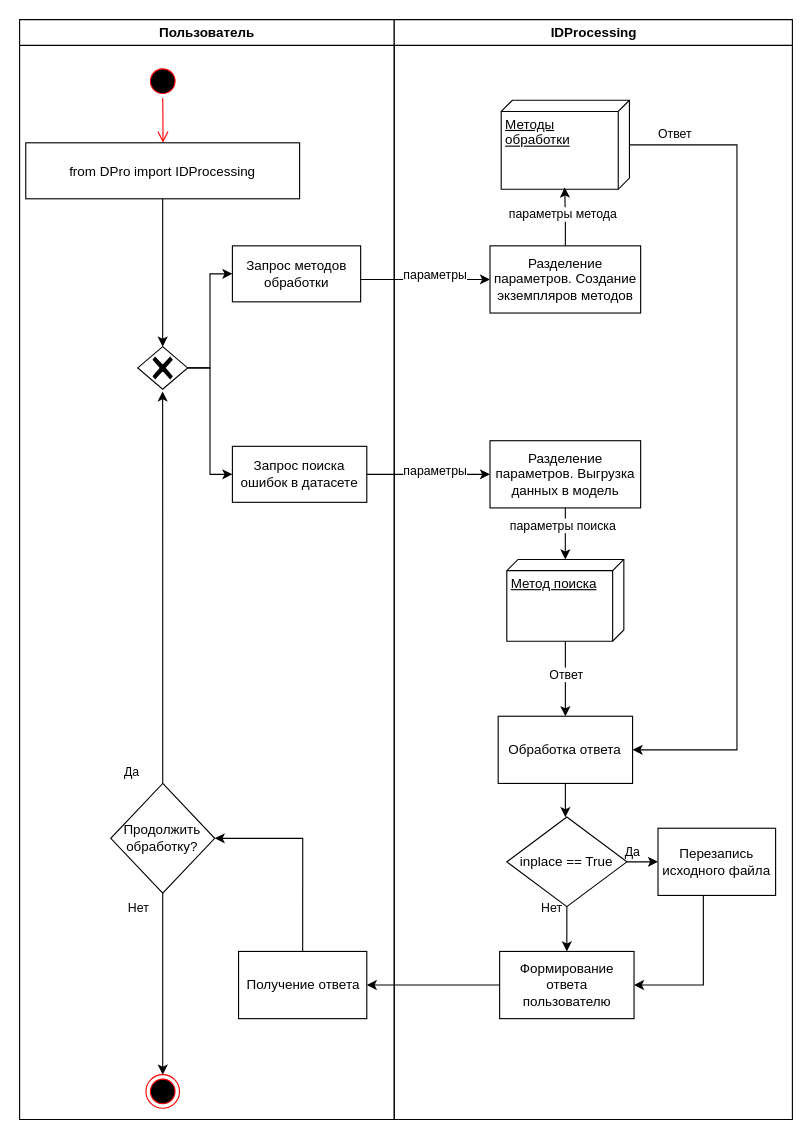
Above: Analytics/Selection Script PI.drawio in Balots/DPro (draw.io), before the change. Source tidied: cells renumbered, new cells numbered last; positions are measured from the earlier drawing's top-left corner, leaving out a move shared by most shapes. Both pictures are drawn from the tidied source at 112%, with x=0, y=0 at pixel (19, 19).
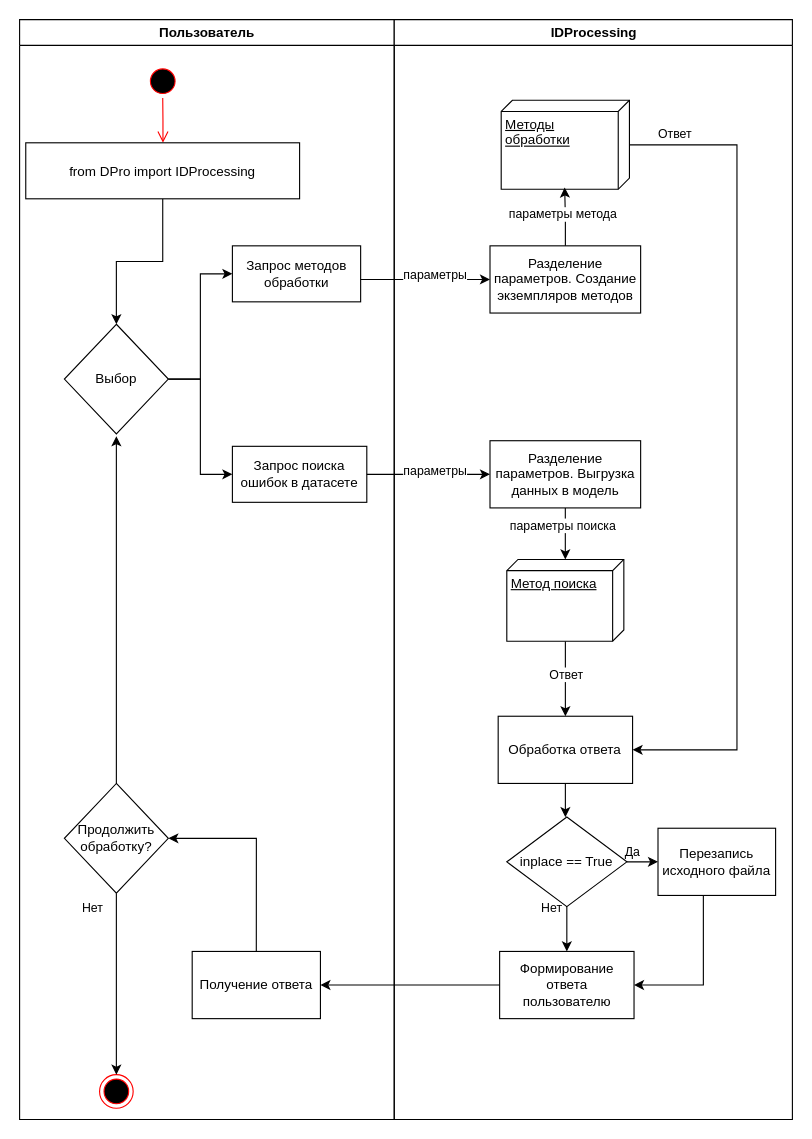
Above is the later version.

Unchanged cells that the change refers to:
```xml
<mxCell id="2" value="Пользователь" style="swimlane;whiteSpace=wrap;startSize=23;" parent="1" vertex="1">
  <mxGeometry width="334.5" height="982" as="geometry" />
</mxCell>
<mxCell id="6" value="from DPro import IDProcessing" parent="2" vertex="1">
  <mxGeometry x="5.5" y="110" width="244.5" height="50" as="geometry" />
</mxCell>
<mxCell id="7" value="Запрос поиска ошибок в датасете" style="html=1;whiteSpace=wrap;rotation=0;" parent="2" vertex="1">
  <mxGeometry x="190" y="381" width="120" height="50" as="geometry" />
</mxCell>
<mxCell id="8" value="Запрос методов обработки" style="html=1;whiteSpace=wrap;rotation=0;" parent="2" vertex="1">
  <mxGeometry x="190" y="202" width="114.5" height="50" as="geometry" />
</mxCell>
```

What changed in the source:
```diff
@@
-    <mxCell id="5" style="edgeStyle=orthogonalEdgeStyle;rounded=0;jettySize=auto;html=1;" parent="2" edge="1" source="6" target="12">
-      <mxGeometry relative="1" as="geometry" />
-    </mxCell>
+    <mxCell id="48" style="edgeStyle=orthogonalEdgeStyle;rounded=0;jettySize=auto;html=1;entryX=0.5;entryY=0;entryDx=0;entryDy=0;" parent="2" edge="1" source="6" target="52">
+      <mxGeometry relative="1" as="geometry" />
+    </mxCell>
@@
     <mxCell id="9" style="ellipse;html=1;shape=endState;fillColor=#000000;strokeColor=#ff0000;" parent="2" vertex="1">
-      <mxGeometry x="112.8" y="942" width="30" height="30" as="geometry" />
+      <mxGeometry x="71.4" y="942" width="30" height="30" as="geometry" />
     </mxCell>
-    <mxCell id="10" style="edgeStyle=orthogonalEdgeStyle;rounded=0;jettySize=auto;html=1;entryX=0;entryY=0.5;entryDx=0;entryDy=0;" parent="2" edge="1" source="12" target="8">
-      <mxGeometry relative="1" as="geometry" />
-    </mxCell>
-    <mxCell id="11" style="edgeStyle=orthogonalEdgeStyle;rounded=0;jettySize=auto;html=1;entryX=0;entryY=0.5;entryDx=0;entryDy=0;" parent="2" edge="1" source="12" target="7">
-      <mxGeometry relative="1" as="geometry" />
-    </mxCell>
-    <mxCell id="12" style="points=[[0.25,0.25,0],[0.5,0,0],[0.75,0.25,0],[1,0.5,0],[0.75,0.75,0],[0.5,1,0],[0.25,0.75,0],[0,0.5,0]];shape=mxgraph.bpmn.gateway2;html=1;verticalLabelPosition=bottom;labelBackgroundColor=#ffffff;verticalAlign=top;align=center;perimeter=rhombusPerimeter;outlineConnect=0;outline=none;symbol=none;gwType=exclusive;" parent="2" vertex="1">
-      <mxGeometry x="105.5" y="292" width="44.5" height="38" as="geometry" />
-    </mxCell>
@@
     <mxCell id="14" value="Получение ответа" style="rounded=0;whiteSpace=wrap;html=1;" parent="2" vertex="1">
-      <mxGeometry x="195.5" y="832" width="114.5" height="60" as="geometry" />
+      <mxGeometry x="154.1" y="832" width="114.5" height="60" as="geometry" />
     </mxCell>
-    <mxCell id="15" style="edgeStyle=orthogonalEdgeStyle;rounded=0;jettySize=auto;html=1;" parent="2" edge="1" source="19">
-      <mxGeometry relative="1" as="geometry">
-        <mxPoint x="127.7" y="332" as="targetPoint" />
-      </mxGeometry>
-    </mxCell>
-    <mxCell id="16" value="Да" style="edgeLabel;html=1;align=center;verticalAlign=middle;" parent="15" vertex="1">
-      <mxGeometry x="-0.82" y="-1" relative="1" as="geometry">
-        <mxPoint x="-29" y="21" as="offset" />
-      </mxGeometry>
-    </mxCell>
@@
+    <mxCell id="49" style="edgeStyle=orthogonalEdgeStyle;rounded=0;jettySize=auto;html=1;" parent="2" edge="1" source="19">
+      <mxGeometry relative="1" as="geometry">
+        <mxPoint x="86.4" y="372" as="targetPoint" />
+      </mxGeometry>
+    </mxCell>
     <mxCell id="19" value="Продолжить обработку?" style="rhombus;whiteSpace=wrap;html=1;" parent="2" vertex="1">
-      <mxGeometry x="81.4" y="682" width="92.8" height="98" as="geometry" />
+      <mxGeometry x="40" y="682" width="92.8" height="98" as="geometry" />
     </mxCell>
+    <mxCell id="50" style="edgeStyle=orthogonalEdgeStyle;rounded=0;jettySize=auto;html=1;entryX=0;entryY=0.5;entryDx=0;entryDy=0;" parent="2" edge="1" source="52" target="8">
+      <mxGeometry relative="1" as="geometry" />
+    </mxCell>
+    <mxCell id="51" style="edgeStyle=orthogonalEdgeStyle;rounded=0;jettySize=auto;html=1;entryX=0;entryY=0.5;entryDx=0;entryDy=0;" parent="2" edge="1" source="52" target="7">
+      <mxGeometry relative="1" as="geometry" />
+    </mxCell>
+    <mxCell id="52" value="Выбор" style="rhombus;whiteSpace=wrap;html=1;" parent="2" vertex="1">
+      <mxGeometry x="40" y="272" width="92.8" height="98" as="geometry" />
+    </mxCell>
```
